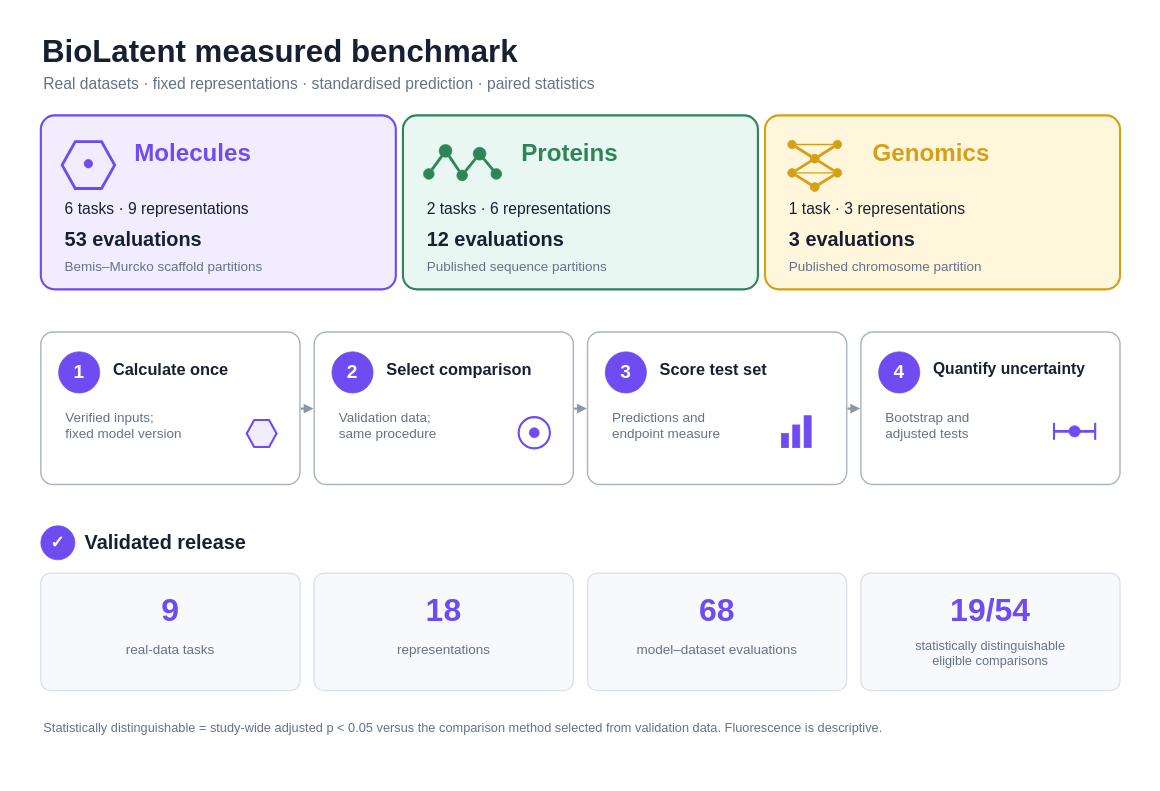
yboulaamane/biolatent keeps this draw.io diagram as paper/figures/figure1_study_design.drawio. Above is the earlier version. Source tidied: cells renumbered, new cells numbered last; positions are measured from the earlier drawing's top-left corner, leaving out a move shared by most shapes. Both pictures are drawn from the tidied source at 71%, with x=0, y=0 at pixel (12, 12).
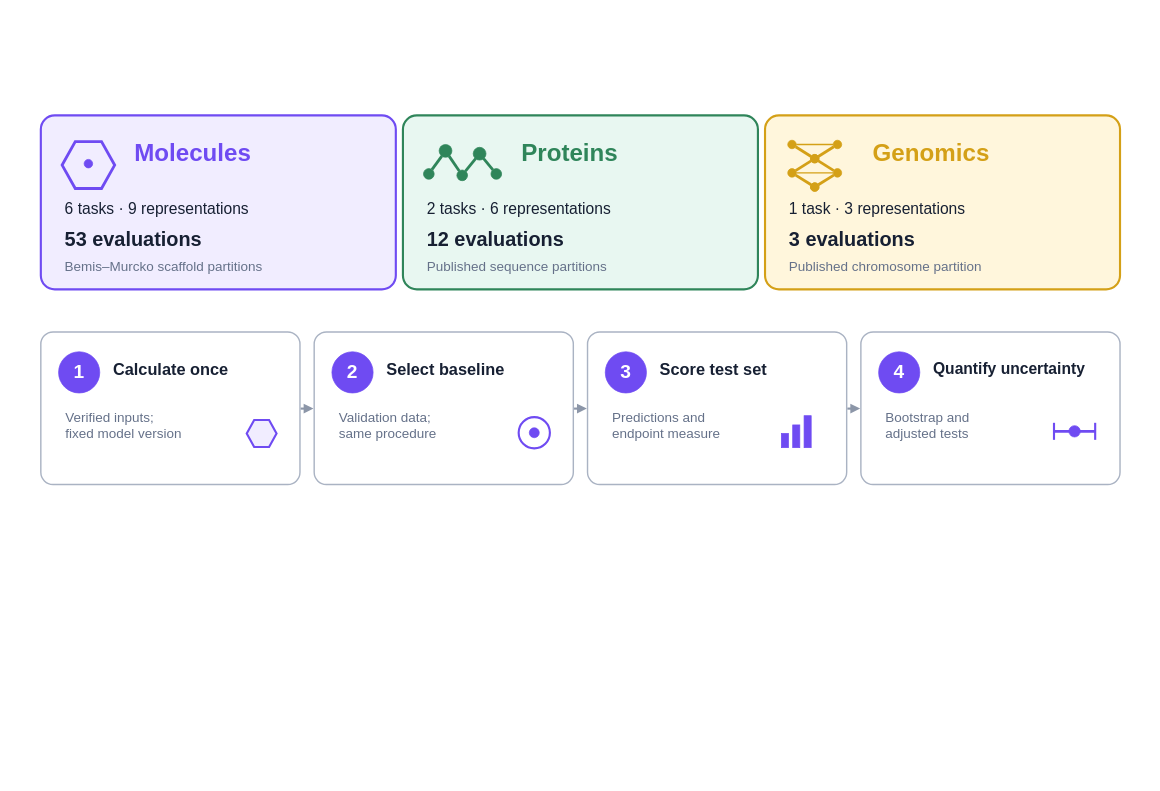
The same page after the edit.

Commit message (it also covers changes not shown here):
Refine manuscript typography and Figure 1 layout

Change to the diagram source:
```diff
@@
     <mxCell id="2" style="rounded=0;whiteSpace=wrap;html=1;fillColor=#FFFFFF;strokeColor=none;" parent="1" vertex="1">
-      <mxGeometry width="1600" height="1080" as="geometry" />
+      <mxGeometry width="1600" height="700" as="geometry" />
     </mxCell>
-    <mxCell id="3" value="BioLatent measured benchmark" style="text;html=1;strokeColor=none;fillColor=none;align=left;verticalAlign=middle;whiteSpace=wrap;rounded=0;fontFamily=Arial;fontSize=44;fontStyle=1;fontColor=#172033;" parent="1" vertex="1">
-      <mxGeometry x="40" y="25" width="1050" height="60" as="geometry" />
-    </mxCell>
-    <mxCell id="4" value="Real datasets · fixed representations · standardised prediction · paired statistics" style="text;html=1;strokeColor=none;fillColor=none;align=left;verticalAlign=middle;whiteSpace=wrap;rounded=0;fontFamily=Arial;fontSize=22;fontColor=#657189;" parent="1" vertex="1">
-      <mxGeometry x="42" y="83" width="1420" height="38" as="geometry" />
-    </mxCell>
@@
-    <mxCell id="58" value="Select comparison" style="text;html=1;strokeColor=none;fillColor=none;align=left;verticalAlign=middle;whiteSpace=wrap;fontFamily=Arial;fontSize=23;fontStyle=1;fontColor=#172033;" parent="1" vertex="1">
+    <mxCell id="58" value="Select baseline" style="text;html=1;strokeColor=none;fillColor=none;align=left;verticalAlign=middle;whiteSpace=wrap;fontFamily=Arial;fontSize=23;fontStyle=1;fontColor=#172033;" parent="1" vertex="1">
       <mxGeometry x="525" y="482" width="230" height="42" as="geometry" />
     </mxCell>
@@
-    <mxCell id="78" value="✓" style="ellipse;whiteSpace=wrap;html=1;fillColor=#6F4BF2;strokeColor=#6F4BF2;fontFamily=Arial;fontSize=24;fontStyle=1;fontColor=#FFFFFF;align=center;verticalAlign=middle;" parent="1" vertex="1">
-      <mxGeometry x="40" y="723" width="48" height="48" as="geometry" />
-    </mxCell>
-    <mxCell id="79" value="Validated release" style="text;html=1;strokeColor=none;fillColor=none;align=left;verticalAlign=middle;whiteSpace=wrap;fontFamily=Arial;fontSize=28;fontStyle=1;fontColor=#172033;" parent="1" vertex="1">
-      <mxGeometry x="100" y="718" width="330" height="55" as="geometry" />
-    </mxCell>
-    <mxCell id="80" style="rounded=1;arcSize=8;whiteSpace=wrap;html=1;fillColor=#F8F9FC;strokeColor=#DCE2EC;strokeWidth=2;" parent="1" vertex="1">
-      <mxGeometry x="40" y="790" width="365" height="165" as="geometry" />
-    </mxCell>
-    <mxCell id="81" style="rounded=1;arcSize=8;whiteSpace=wrap;html=1;fillColor=#F8F9FC;strokeColor=#DCE2EC;strokeWidth=2;" parent="1" vertex="1">
-      <mxGeometry x="425" y="790" width="365" height="165" as="geometry" />
-    </mxCell>
-    <mxCell id="82" style="rounded=1;arcSize=8;whiteSpace=wrap;html=1;fillColor=#F8F9FC;strokeColor=#DCE2EC;strokeWidth=2;" parent="1" vertex="1">
-      <mxGeometry x="810" y="790" width="365" height="165" as="geometry" />
-    </mxCell>
-    <mxCell id="83" style="rounded=1;arcSize=8;whiteSpace=wrap;html=1;fillColor=#F8F9FC;strokeColor=#DCE2EC;strokeWidth=2;" parent="1" vertex="1">
-      <mxGeometry x="1195" y="790" width="365" height="165" as="geometry" />
-    </mxCell>
-    <mxCell id="84" value="9" style="text;html=1;strokeColor=none;fillColor=none;align=center;verticalAlign=middle;whiteSpace=wrap;fontFamily=Arial;fontSize=45;fontStyle=1;fontColor=#6F4BF2;" parent="1" vertex="1">
-      <mxGeometry x="70" y="810" width="305" height="64" as="geometry" />
-    </mxCell>
-    <mxCell id="85" value="18" style="text;html=1;strokeColor=none;fillColor=none;align=center;verticalAlign=middle;whiteSpace=wrap;fontFamily=Arial;fontSize=45;fontStyle=1;fontColor=#6F4BF2;" parent="1" vertex="1">
-      <mxGeometry x="455" y="810" width="305" height="64" as="geometry" />
-    </mxCell>
-    <mxCell id="86" value="68" style="text;html=1;strokeColor=none;fillColor=none;align=center;verticalAlign=middle;whiteSpace=wrap;fontFamily=Arial;fontSize=45;fontStyle=1;fontColor=#6F4BF2;" parent="1" vertex="1">
-      <mxGeometry x="840" y="810" width="305" height="64" as="geometry" />
-    </mxCell>
-    <mxCell id="87" value="19/54" style="text;html=1;strokeColor=none;fillColor=none;align=center;verticalAlign=middle;whiteSpace=wrap;fontFamily=Arial;fontSize=45;fontStyle=1;fontColor=#6F4BF2;" parent="1" vertex="1">
-      <mxGeometry x="1225" y="810" width="305" height="64" as="geometry" />
-    </mxCell>
-    <mxCell id="88" value="real-data tasks" style="text;html=1;strokeColor=none;fillColor=none;align=center;verticalAlign=top;whiteSpace=wrap;fontFamily=Arial;fontSize=19;fontColor=#657189;" parent="1" vertex="1">
-      <mxGeometry x="70" y="880" width="305" height="45" as="geometry" />
-    </mxCell>
-    <mxCell id="89" value="representations" style="text;html=1;strokeColor=none;fillColor=none;align=center;verticalAlign=top;whiteSpace=wrap;fontFamily=Arial;fontSize=19;fontColor=#657189;" parent="1" vertex="1">
-      <mxGeometry x="455" y="880" width="305" height="45" as="geometry" />
-    </mxCell>
-    <mxCell id="90" value="model–dataset evaluations" style="text;html=1;strokeColor=none;fillColor=none;align=center;verticalAlign=top;whiteSpace=wrap;fontFamily=Arial;fontSize=19;fontColor=#657189;" parent="1" vertex="1">
-      <mxGeometry x="840" y="880" width="305" height="52" as="geometry" />
-    </mxCell>
-    <mxCell id="91" value="statistically distinguishable&lt;br&gt;eligible comparisons" style="text;html=1;strokeColor=none;fillColor=none;align=center;verticalAlign=top;whiteSpace=wrap;fontFamily=Arial;fontSize=18;fontColor=#657189;" parent="1" vertex="1">
-      <mxGeometry x="1225" y="875" width="305" height="58" as="geometry" />
-    </mxCell>
-    <mxCell id="92" value="Statistically distinguishable = study-wide adjusted p &amp;lt; 0.05 versus the comparison method selected from validation data. Fluorescence is descriptive." style="text;html=1;strokeColor=none;fillColor=none;align=left;verticalAlign=middle;whiteSpace=wrap;fontFamily=Arial;fontSize=18;fontColor=#657189;" parent="1" vertex="1">
-      <mxGeometry x="42" y="985" width="1510" height="45" as="geometry" />
-    </mxCell>
```
